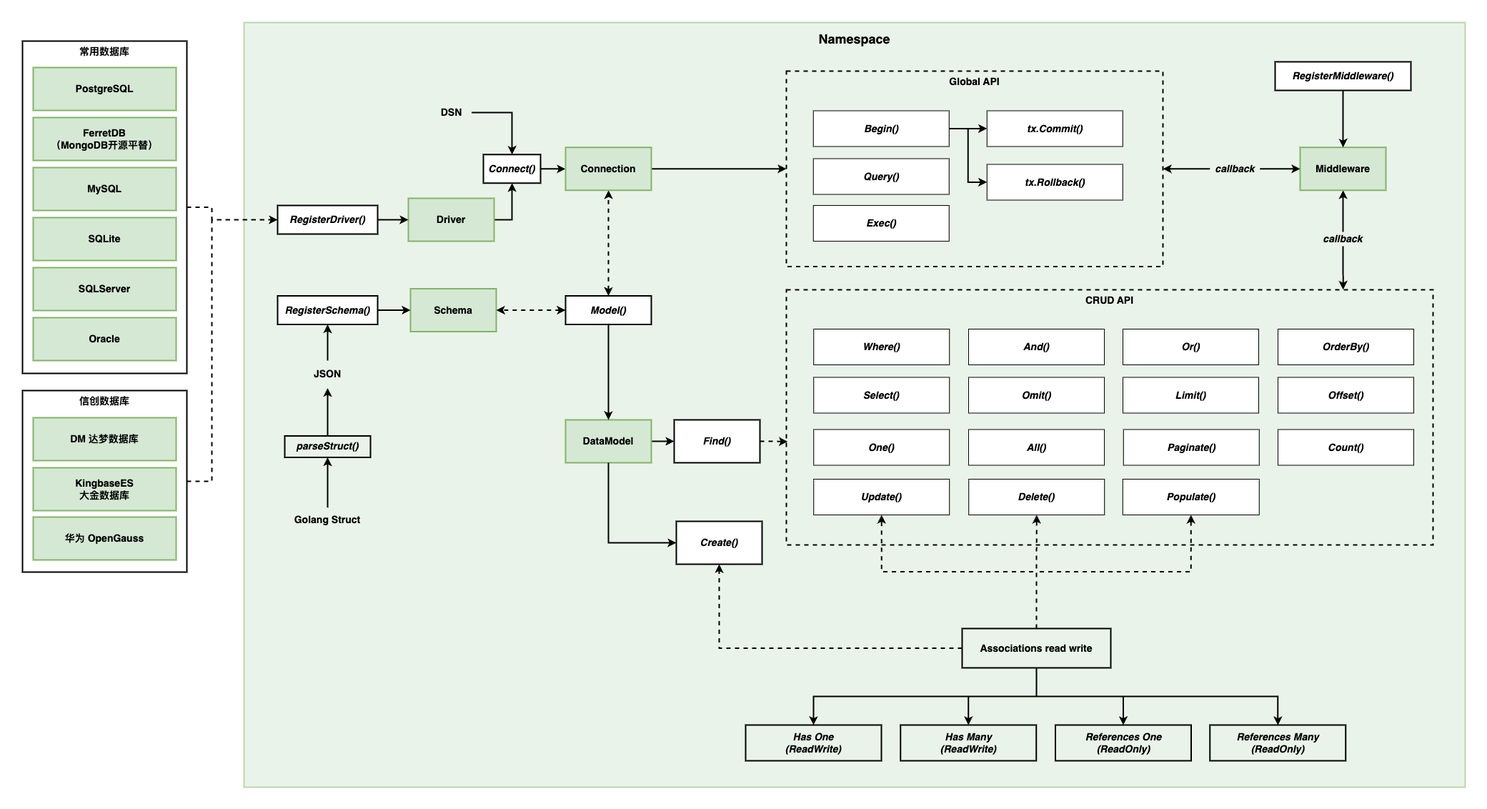
iamdanielyin/dba keeps this draw.io diagram as assets/architecture.png. Above is the earlier version. Source tidied: cells renumbered, new cells last; positions are measured from the earlier drawing's top-left corner, leaving out a move shared by most shapes.
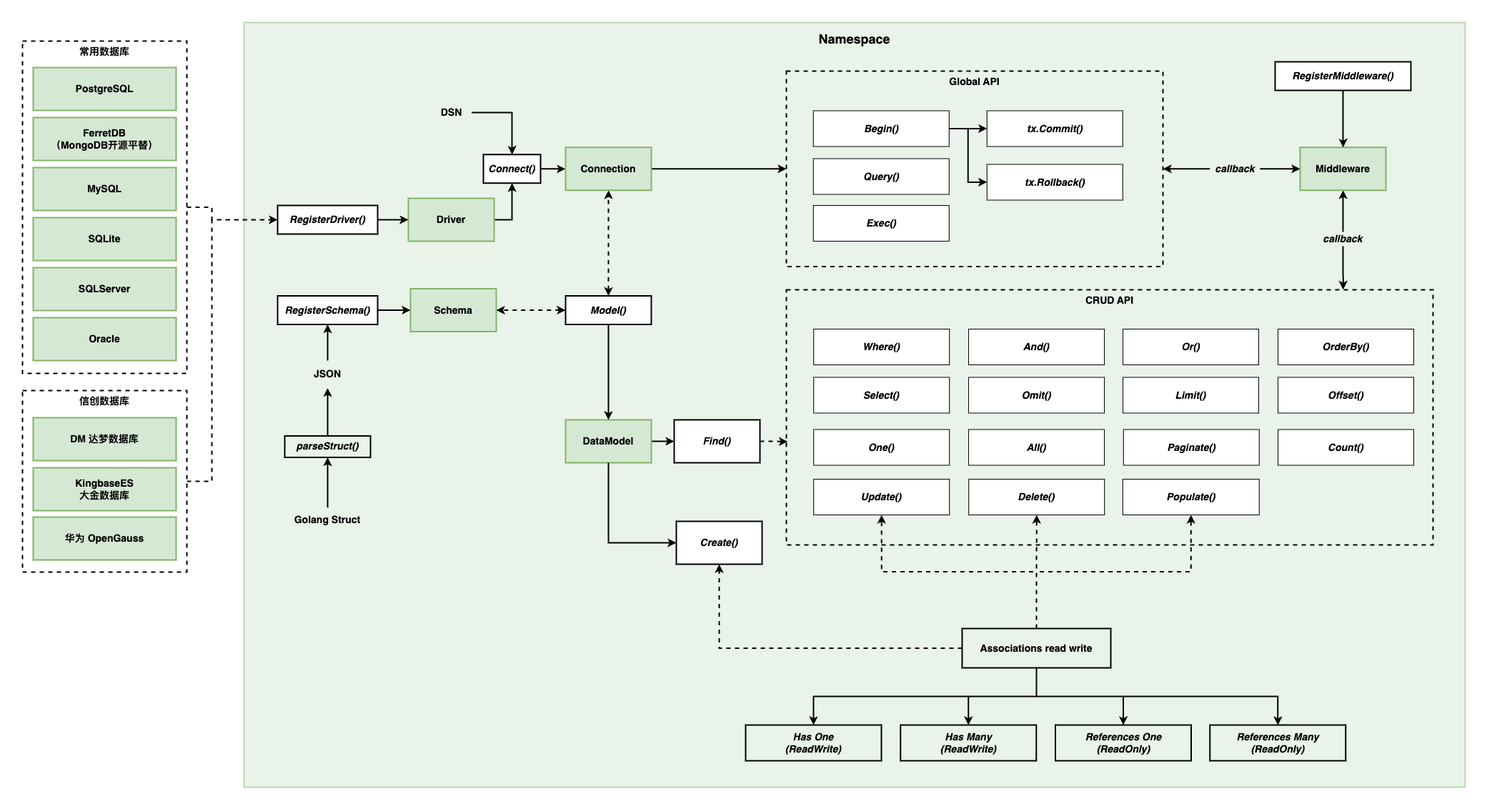
Later version of the same file.

Commit message:
chore: 更新设计文件

What changed in the source:
```diff
@@ -25,7 +25,7 @@
         </Array>
       </mxGeometry>
     </mxCell>
-    <mxCell id="8" value="常用数据库" style="rounded=0;whiteSpace=wrap;html=1;hachureGap=4;fontFamily=Helvetica;fontSize=14;fontStyle=1;strokeWidth=2;verticalAlign=top;" parent="1" vertex="1">
+    <mxCell id="8" value="常用数据库" style="rounded=0;whiteSpace=wrap;html=1;hachureGap=4;fontFamily=Helvetica;fontSize=14;fontStyle=1;strokeWidth=2;verticalAlign=top;dashed=1;" parent="1" vertex="1">
       <mxGeometry y="26" width="230" height="465" as="geometry" />
     </mxCell>
     <mxCell id="9" style="edgeStyle=orthogonalEdgeStyle;rounded=0;hachureGap=4;jettySize=auto;html=1;fontFamily=Helvetica;fontSize=14;fontStyle=1;strokeWidth=2;" parent="1" edge="1" source="10" target="34">
@@ -234,7 +234,7 @@
         </Array>
       </mxGeometry>
     </mxCell>
-    <mxCell id="76" value="信创数据库" style="rounded=0;whiteSpace=wrap;html=1;hachureGap=4;fontFamily=Helvetica;fontSize=14;fontStyle=1;strokeWidth=2;verticalAlign=top;" parent="1" vertex="1">
+    <mxCell id="76" value="信创数据库" style="rounded=0;whiteSpace=wrap;html=1;hachureGap=4;fontFamily=Helvetica;fontSize=14;fontStyle=1;strokeWidth=2;verticalAlign=top;dashed=1;" parent="1" vertex="1">
       <mxGeometry y="515" width="230" height="254" as="geometry" />
     </mxCell>
     <mxCell id="77" value="DM 达梦数据库" style="rounded=0;whiteSpace=wrap;html=1;fontStyle=1;fillColor=#d5e8d4;strokeColor=#82b366;fillStyle=solid;fontSize=14;fontFamily=Helvetica;strokeWidth=2;" parent="1" vertex="1">
```
